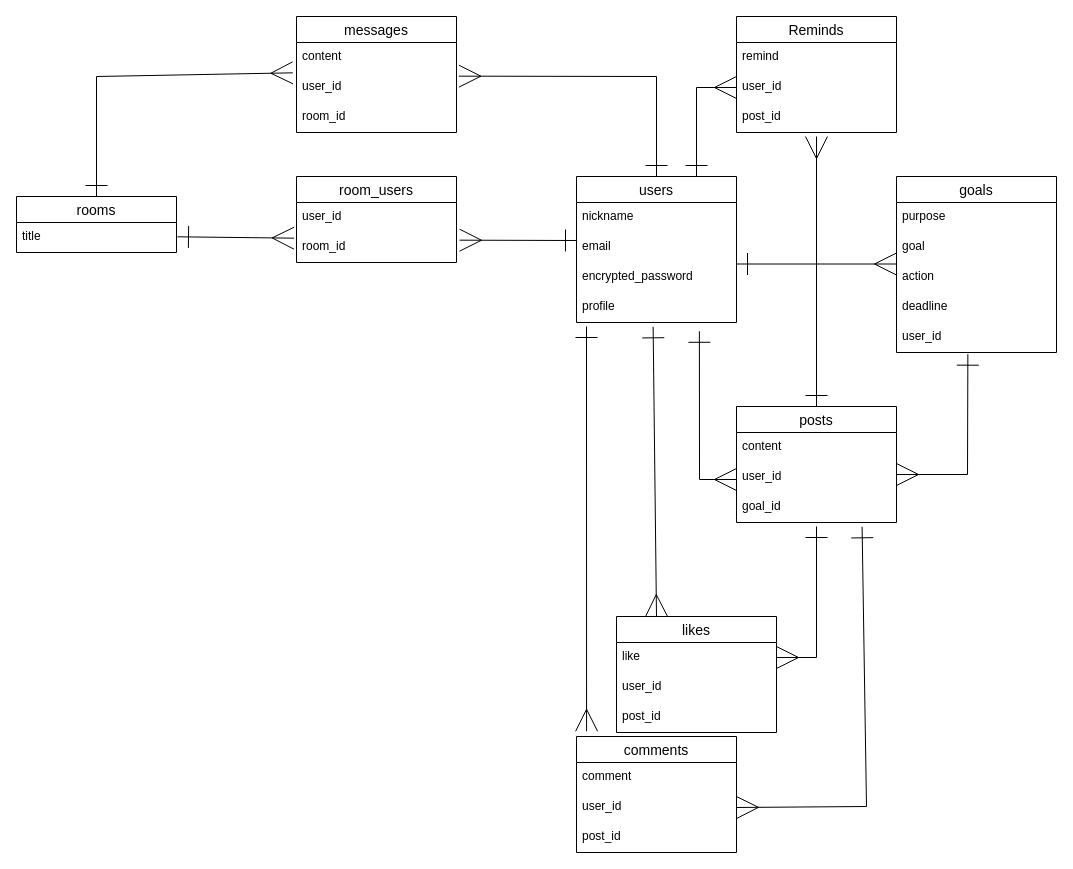
The draw.io diagram README.dio in pig002238/new-me, before the edit. Source tidied: cells renumbered, new cells numbered last; positions are measured from the earlier drawing's top-left corner, leaving out a move shared by most shapes. Both pictures are drawn from the tidied source at 100%, with x=0, y=0 at pixel (16, 16).
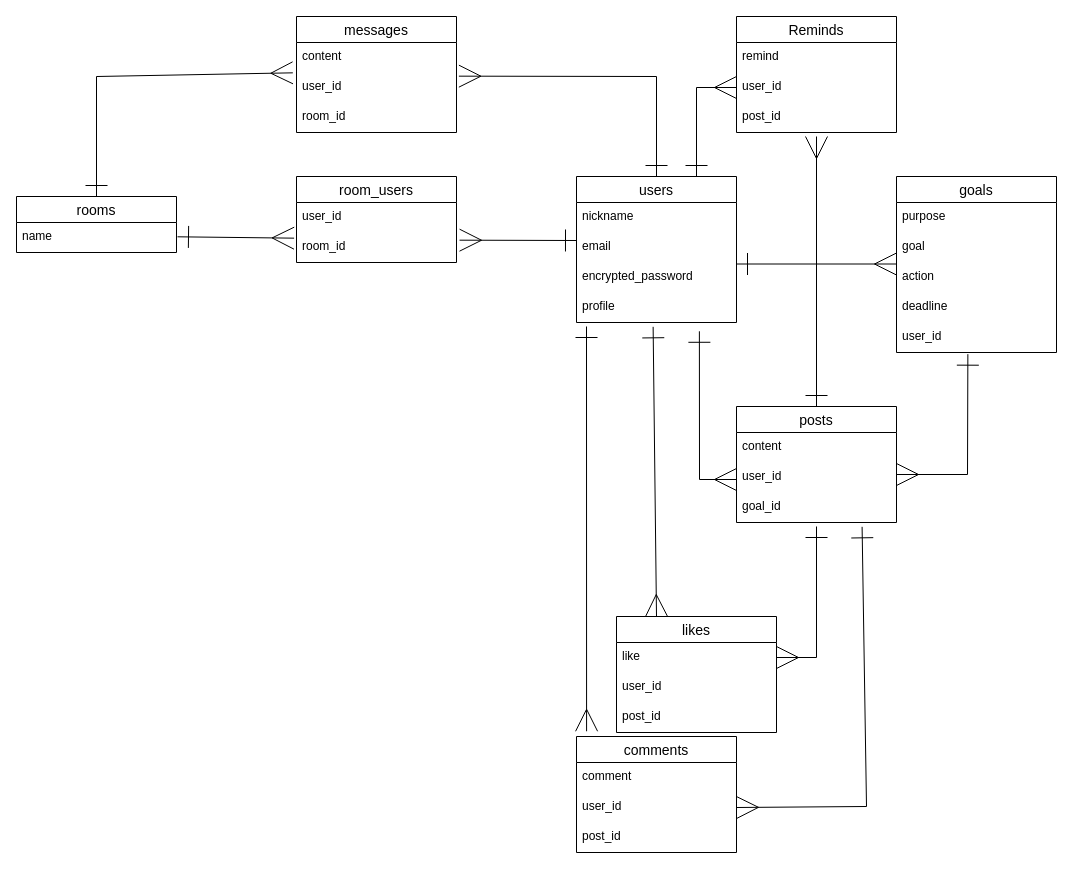
Above is the later version.

The change refers to these unchanged cells:
```xml
<mxCell id="29" value="rooms" style="swimlane;fontStyle=0;horizontal=1;startSize=26;align=center;fontSize=14;" parent="1" vertex="1">
  <mxGeometry y="180" width="160" height="56" as="geometry" />
</mxCell>
```

Diff of the diagram source:
```diff
@@
-    <mxCell id="30" value="title" style="text;strokeColor=none;fillColor=none;spacingLeft=4;spacingRight=4;overflow=hidden;fontSize=12;" parent="29" vertex="1">
+    <mxCell id="30" value="name" style="text;strokeColor=none;fillColor=none;spacingLeft=4;spacingRight=4;overflow=hidden;fontSize=12;" parent="29" vertex="1">
       <mxGeometry y="26" width="160" height="30" as="geometry" />
     </mxCell>
```
